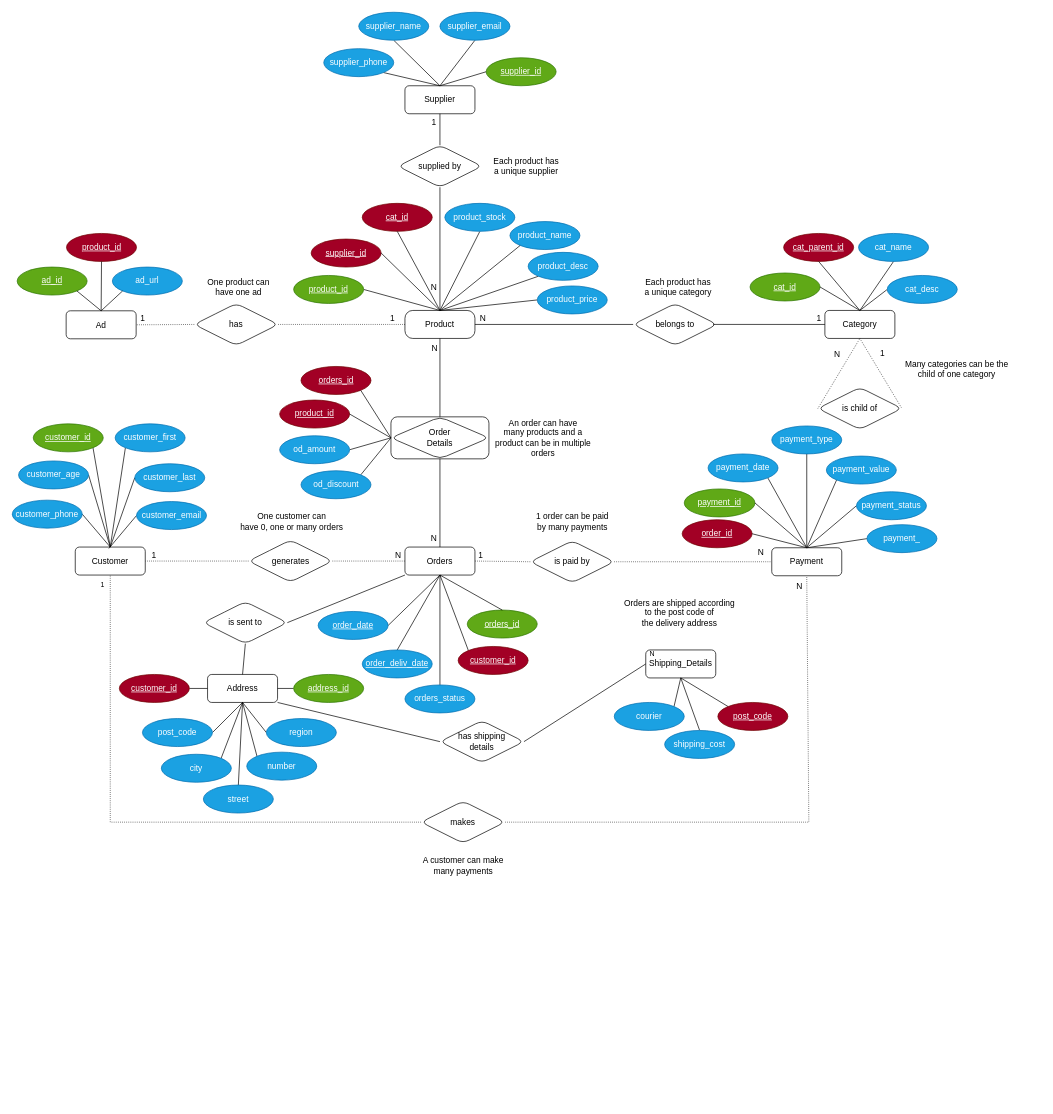
The draw.io diagram E_R_Diagram/Diego_ER_backup.drawio in diego-karsa/Data-Management-Group-15, before the edit. Source tidied: cells renumbered, new cells numbered last; positions are measured from the earlier drawing's top-left corner, leaving out a move shared by most shapes. Both pictures are drawn from the tidied source at 70%, with x=0, y=0 at pixel (12, 12).
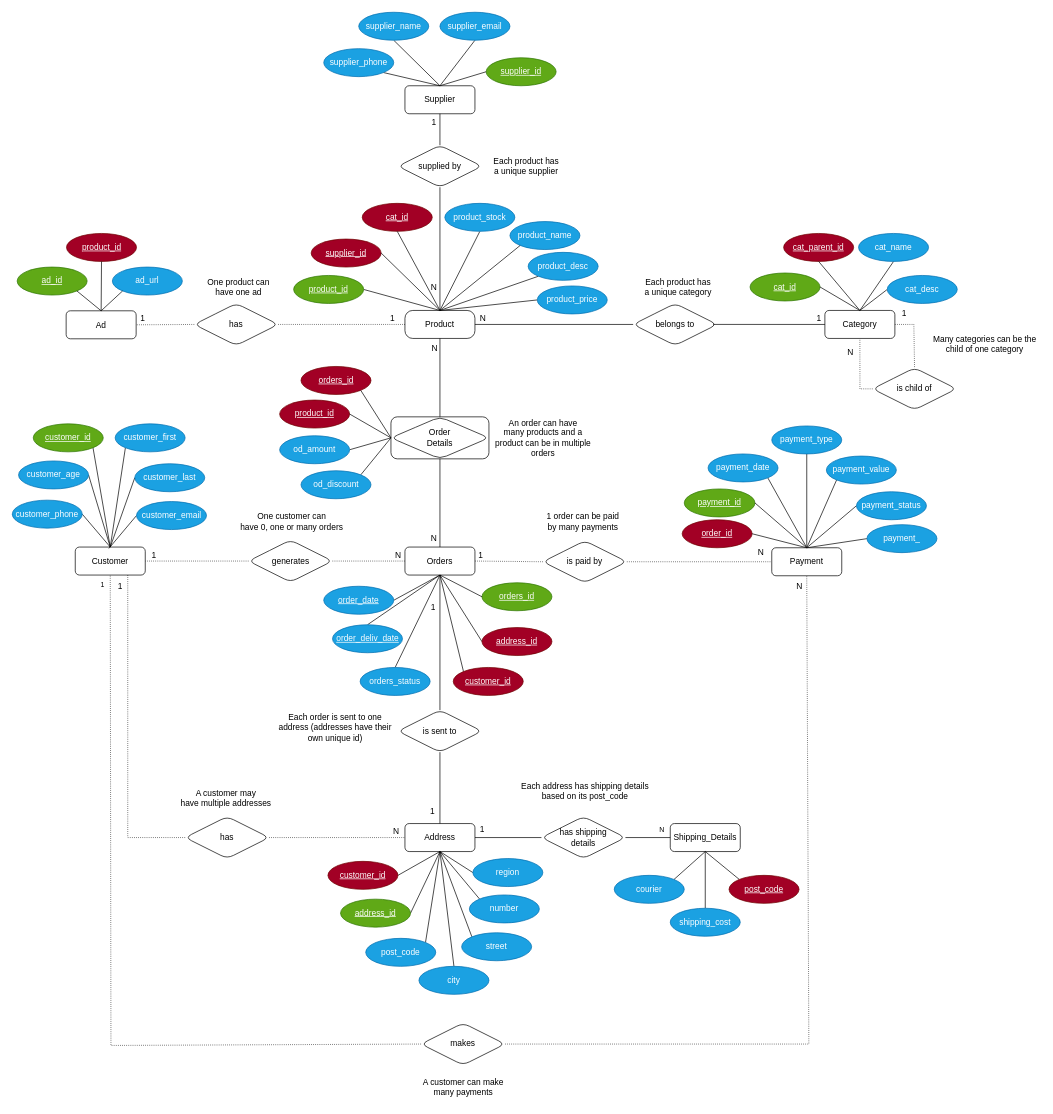
Above is the later version.

Commit message:
potential_candidate

Unchanged cells that the change refers to:
```xml
<mxCell id="2" value="Customer" style="whiteSpace=wrap;html=1;align=center;rounded=1;" parent="1" vertex="1">
  <mxGeometry x="90" y="764" width="100" height="40" as="geometry" />
</mxCell>
<mxCell id="7" value="Orders" style="whiteSpace=wrap;html=1;align=center;rounded=1;" parent="1" vertex="1">
  <mxGeometry x="561" y="764" width="100" height="40" as="geometry" />
</mxCell>
<mxCell id="12" value="Payment" style="whiteSpace=wrap;html=1;align=center;rounded=1;" parent="1" vertex="1">
  <mxGeometry x="1085" y="765" width="100" height="40" as="geometry" />
</mxCell>
<mxCell id="15" value="Category" style="whiteSpace=wrap;html=1;align=center;rounded=1;" parent="1" vertex="1">
  <mxGeometry x="1160.9" y="426" width="100" height="40" as="geometry" />
</mxCell>
<mxCell id="142" style="endArrow=none;html=1;rounded=0;strokeColor=default;fontSize=10;entryX=0;entryY=0.5;entryDx=0;entryDy=0;exitX=1;exitY=0.5;exitDx=0;exitDy=0;" parent="1" edge="1" source="140" target="133">
  <mxGeometry relative="1" as="geometry" />
</mxCell>
```

What changed in the source:
```diff
@@
-    <mxCell id="6" style="edgeStyle=none;html=1;exitX=0;exitY=1;exitDx=0;exitDy=0;entryX=1;entryY=0.5;entryDx=0;entryDy=0;strokeColor=default;fontSize=10;endArrow=none;endFill=0;" parent="1" edge="1" source="7" target="166">
-      <mxGeometry relative="1" as="geometry" />
-    </mxCell>
+    <mxCell id="167" style="edgeStyle=none;html=1;exitX=0.5;exitY=1;exitDx=0;exitDy=0;entryX=0;entryY=0.5;entryDx=0;entryDy=0;endArrow=none;endFill=0;" parent="1" edge="1" source="7" target="179">
+      <mxGeometry relative="1" as="geometry" />
+    </mxCell>
@@
     <mxCell id="37" value="&lt;div&gt;orders_id&lt;/div&gt;" style="ellipse;whiteSpace=wrap;html=1;align=center;fontStyle=4;rounded=1;fillColor=#60a917;fontColor=#ffffff;strokeColor=#2D7600;" parent="1" vertex="1">
-      <mxGeometry x="650" y="854" width="100" height="40" as="geometry" />
+      <mxGeometry x="671" y="815" width="100" height="40" as="geometry" />
     </mxCell>
-    <mxCell id="38" style="endArrow=none;html=1;rounded=0;exitX=0.5;exitY=1;exitDx=0;exitDy=0;entryX=0.5;entryY=0;entryDx=0;entryDy=0;" parent="1" edge="1" source="7" target="37">
+    <mxCell id="38" style="endArrow=none;html=1;rounded=0;exitX=0.5;exitY=1;exitDx=0;exitDy=0;entryX=0;entryY=0.5;entryDx=0;entryDy=0;" parent="1" edge="1" source="7" target="37">
       <mxGeometry relative="1" as="geometry" />
     </mxCell>
-    <mxCell id="39" style="endArrow=none;html=1;rounded=0;exitX=0.5;exitY=1;exitDx=0;exitDy=0;entryX=0;entryY=0;entryDx=0;entryDy=0;" parent="1" edge="1" source="7" target="41">
+    <mxCell id="39" style="endArrow=none;html=1;rounded=0;entryX=0;entryY=0;entryDx=0;entryDy=0;exitX=0.5;exitY=1;exitDx=0;exitDy=0;" parent="1" edge="1" source="7" target="41">
       <mxGeometry relative="1" as="geometry" />
     </mxCell>
@@
     <mxCell id="41" value="&lt;div&gt;customer_id&lt;/div&gt;" style="ellipse;whiteSpace=wrap;html=1;align=center;fontStyle=4;rounded=1;fillColor=#a20025;fontColor=#ffffff;strokeColor=#6F0000;" parent="1" vertex="1">
-      <mxGeometry x="637" y="906" width="100" height="40" as="geometry" />
+      <mxGeometry x="630" y="936" width="100" height="40" as="geometry" />
     </mxCell>
@@
     <mxCell id="63" value="is paid by" style="shape=rhombus;perimeter=rhombusPerimeter;whiteSpace=wrap;html=1;align=center;rounded=1;" parent="1" vertex="1">
-      <mxGeometry x="740" y="755" width="120" height="60" as="geometry" />
+      <mxGeometry x="758" y="755" width="120" height="60" as="geometry" />
     </mxCell>
@@
     <mxCell id="70" value="&lt;div&gt;1 order can be paid &lt;br&gt;by many payments&lt;br&gt;&lt;/div&gt;" style="text;html=1;align=center;verticalAlign=middle;strokeColor=none;fillColor=none;" parent="1" vertex="1">
-      <mxGeometry x="738" y="707" width="124" height="41" as="geometry" />
+      <mxGeometry x="753" y="707" width="124" height="41" as="geometry" />
     </mxCell>
@@
     <mxCell id="79" value="makes" style="shape=rhombus;perimeter=rhombusPerimeter;whiteSpace=wrap;html=1;align=center;rounded=1;" parent="1" vertex="1">
-      <mxGeometry x="584" y="1127" width="120" height="60" as="geometry" />
+      <mxGeometry x="584" y="1444" width="120" height="60" as="geometry" />
     </mxCell>
     <mxCell id="80" value="&lt;div&gt;A customer can make&lt;/div&gt;&lt;div&gt;many payments&lt;br&gt;&lt;/div&gt;" style="text;html=1;align=center;verticalAlign=middle;strokeColor=none;fillColor=none;" parent="1" vertex="1">
-      <mxGeometry x="575.5" y="1198" width="137" height="41" as="geometry" />
+      <mxGeometry x="575.5" y="1515" width="137" height="41" as="geometry" />
     </mxCell>
@@
     <mxCell id="83" style="endArrow=none;html=1;rounded=0;dashed=1;dashPattern=1 2;entryX=0.5;entryY=1;entryDx=0;entryDy=0;exitX=1;exitY=0.5;exitDx=0;exitDy=0;" parent="1" edge="1" source="79" target="12">
       <mxGeometry relative="1" as="geometry">
         <Array as="points">
-          <mxPoint x="1138" y="1157" />
+          <mxPoint x="1138" y="1474" />
         </Array>
       </mxGeometry>
     </mxCell>
@@
     <mxCell id="87" value="is child of" style="shape=rhombus;perimeter=rhombusPerimeter;whiteSpace=wrap;html=1;align=center;rounded=1;shadow=0;" parent="1" vertex="1">
-      <mxGeometry x="1150.9" y="536" width="120" height="60" as="geometry" />
+      <mxGeometry x="1229" y="508" width="120" height="60" as="geometry" />
     </mxCell>
@@
     <mxCell id="90" value="&lt;div&gt;Many categories can be the&lt;/div&gt;&lt;div&gt;child of one category&lt;br&gt;&lt;/div&gt;" style="text;html=1;align=center;verticalAlign=middle;strokeColor=none;fillColor=none;" parent="1" vertex="1">
-      <mxGeometry x="1269" y="489" width="160" height="41" as="geometry" />
+      <mxGeometry x="1309" y="453" width="160" height="41" as="geometry" />
     </mxCell>
     <mxCell id="91" style="endArrow=none;html=1;rounded=0;dashed=1;dashPattern=1 2;exitX=0;exitY=0.5;exitDx=0;exitDy=0;entryX=0.5;entryY=1;entryDx=0;entryDy=0;" parent="1" edge="1" source="87" target="15">
-      <mxGeometry relative="1" as="geometry" />
+      <mxGeometry relative="1" as="geometry">
+        <Array as="points">
+          <mxPoint x="1211" y="538" />
+        </Array>
+      </mxGeometry>
     </mxCell>
     <mxCell id="92" value="N" style="html=1;align=right;verticalAlign=bottom;" parent="91" vertex="1">
       <mxGeometry x="1" relative="1" as="geometry">
-        <mxPoint x="-28" y="31" as="offset" />
+        <mxPoint x="-9" y="28" as="offset" />
       </mxGeometry>
     </mxCell>
-    <mxCell id="93" style="endArrow=none;html=1;rounded=0;dashed=1;dashPattern=1 2;entryX=1;entryY=0.5;entryDx=0;entryDy=0;exitX=0.5;exitY=1;exitDx=0;exitDy=0;" parent="1" edge="1" source="15" target="87">
-      <mxGeometry relative="1" as="geometry" />
+    <mxCell id="93" style="endArrow=none;html=1;rounded=0;dashed=1;dashPattern=1 2;entryX=0.5;entryY=0;entryDx=0;entryDy=0;exitX=1;exitY=0.5;exitDx=0;exitDy=0;" parent="1" edge="1" source="15" target="87">
+      <mxGeometry relative="1" as="geometry">
+        <Array as="points">
+          <mxPoint x="1288" y="446" />
+        </Array>
+      </mxGeometry>
     </mxCell>
     <mxCell id="94" value="1" style="html=1;align=right;verticalAlign=bottom;" parent="93" vertex="1">
       <mxGeometry x="1" relative="1" as="geometry">
-        <mxPoint x="-24" y="-70" as="offset" />
+        <mxPoint x="-11" y="-69" as="offset" />
       </mxGeometry>
     </mxCell>
@@
     <mxCell id="106" value="&lt;div&gt;orders_status&lt;/div&gt;" style="ellipse;whiteSpace=wrap;html=1;align=center;fontStyle=0;rounded=1;fillColor=#1ba1e2;fontColor=#ffffff;strokeColor=#006EAF;" parent="1" vertex="1">
-      <mxGeometry x="561" y="961" width="100" height="40" as="geometry" />
+      <mxGeometry x="497" y="936" width="100" height="40" as="geometry" />
     </mxCell>
@@
     <mxCell id="108" value="&lt;div&gt;order_deliv_date&lt;/div&gt;" style="ellipse;whiteSpace=wrap;html=1;align=center;fontStyle=4;rounded=1;fillColor=#1ba1e2;fontColor=#ffffff;strokeColor=#006EAF;" parent="1" vertex="1">
-      <mxGeometry x="500" y="911" width="100" height="40" as="geometry" />
+      <mxGeometry x="457.5" y="875" width="100" height="40" as="geometry" />
     </mxCell>
     <mxCell id="109" value="&lt;div&gt;order_date&lt;/div&gt;" style="ellipse;whiteSpace=wrap;html=1;align=center;fontStyle=4;rounded=1;fillColor=#1ba1e2;fontColor=#ffffff;strokeColor=#006EAF;" parent="1" vertex="1">
-      <mxGeometry x="437" y="856" width="100" height="40" as="geometry" />
+      <mxGeometry x="445" y="820" width="100" height="40" as="geometry" />
     </mxCell>
@@
     <mxCell id="133" value="Shipping_Details" style="whiteSpace=wrap;html=1;align=center;rounded=1;" parent="1" vertex="1">
-      <mxGeometry x="905" y="911" width="100" height="40" as="geometry" />
+      <mxGeometry x="940" y="1159" width="100" height="40" as="geometry" />
     </mxCell>
@@
     <mxCell id="135" value="&lt;div&gt;post_code&lt;/div&gt;" style="ellipse;whiteSpace=wrap;html=1;align=center;fontStyle=4;rounded=1;fillColor=#a20025;fontColor=#ffffff;strokeColor=#6F0000;" parent="1" vertex="1">
-      <mxGeometry x="1008" y="986" width="100" height="40" as="geometry" />
+      <mxGeometry x="1024" y="1233" width="100" height="40" as="geometry" />
     </mxCell>
@@
     <mxCell id="137" value="shipping_cost" style="ellipse;whiteSpace=wrap;html=1;align=center;fontStyle=0;rounded=1;fillColor=#1ba1e2;fontColor=#ffffff;strokeColor=#006EAF;" parent="1" vertex="1">
-      <mxGeometry x="932" y="1026" width="100" height="40" as="geometry" />
+      <mxGeometry x="940" y="1280" width="100" height="40" as="geometry" />
     </mxCell>
@@
     <mxCell id="139" value="courier" style="ellipse;whiteSpace=wrap;html=1;align=center;fontStyle=0;rounded=1;fillColor=#1ba1e2;fontColor=#ffffff;strokeColor=#006EAF;" parent="1" vertex="1">
-      <mxGeometry x="860" y="986" width="100" height="40" as="geometry" />
+      <mxGeometry x="860" y="1233" width="100" height="40" as="geometry" />
     </mxCell>
     <mxCell id="140" value="has shipping&lt;br&gt;details" style="shape=rhombus;perimeter=rhombusPerimeter;whiteSpace=wrap;html=1;align=center;rounded=1;" parent="1" vertex="1">
-      <mxGeometry x="611" y="1012" width="120" height="60" as="geometry" />
+      <mxGeometry x="756" y="1149" width="120" height="60" as="geometry" />
     </mxCell>
-    <mxCell id="141" style="endArrow=none;html=1;rounded=0;strokeColor=default;fontSize=10;exitX=1;exitY=1;exitDx=0;exitDy=0;entryX=0;entryY=0.5;entryDx=0;entryDy=0;" parent="1" edge="1" source="150" target="140">
+    <mxCell id="141" style="endArrow=none;html=1;rounded=0;strokeColor=default;fontSize=10;exitX=1;exitY=0.5;exitDx=0;exitDy=0;entryX=0;entryY=0.5;entryDx=0;entryDy=0;" parent="1" edge="1" source="150" target="140">
       <mxGeometry relative="1" as="geometry" />
     </mxCell>
@@
     <mxCell id="143" value="N" style="html=1;align=right;verticalAlign=bottom;rounded=1;shadow=0;sketch=0;fontSize=10;" parent="142" vertex="1">
       <mxGeometry x="1" relative="1" as="geometry">
-        <mxPoint x="13" y="-7" as="offset" />
+        <mxPoint x="-8" y="-4" as="offset" />
       </mxGeometry>
     </mxCell>
-    <mxCell id="144" value="Orders are shipped according &lt;br&gt;to the post code of&lt;br&gt;the delivery address" style="text;html=1;align=center;verticalAlign=middle;strokeColor=none;fillColor=none;" parent="1" vertex="1">
-      <mxGeometry x="862" y="830.5" width="182" height="55" as="geometry" />
+    <mxCell id="144" value="Each address has shipping details&lt;br&gt;based on its post_code" style="text;html=1;align=center;verticalAlign=middle;strokeColor=none;fillColor=none;" parent="1" vertex="1">
+      <mxGeometry x="713" y="1092.5" width="210" height="41" as="geometry" />
     </mxCell>
     <mxCell id="145" style="endArrow=none;html=1;rounded=0;dashed=1;dashPattern=1 2;strokeColor=default;fontSize=10;entryX=0.5;entryY=1;entryDx=0;entryDy=0;exitX=0;exitY=0.5;exitDx=0;exitDy=0;" parent="1" edge="1" source="79" target="2">
       <mxGeometry relative="1" as="geometry">
         <Array as="points">
-          <mxPoint x="140" y="1157" />
+          <mxPoint x="141" y="1476" />
         </Array>
       </mxGeometry>
     </mxCell>
@@
     <mxCell id="150" value="Address" style="whiteSpace=wrap;html=1;align=center;rounded=1;" parent="1" vertex="1">
-      <mxGeometry x="279" y="946" width="100" height="40" as="geometry" />
+      <mxGeometry x="561" y="1159" width="100" height="40" as="geometry" />
     </mxCell>
-    <mxCell id="151" style="edgeStyle=none;html=1;exitX=1;exitY=0.5;exitDx=0;exitDy=0;entryX=0;entryY=0.5;entryDx=0;entryDy=0;strokeColor=default;fontSize=10;endArrow=none;endFill=0;" parent="1" edge="1" source="152" target="150">
+    <mxCell id="151" style="edgeStyle=none;html=1;exitX=1;exitY=0.5;exitDx=0;exitDy=0;entryX=0.5;entryY=1;entryDx=0;entryDy=0;strokeColor=default;fontSize=10;endArrow=none;endFill=0;" parent="1" edge="1" source="152" target="150">
       <mxGeometry relative="1" as="geometry" />
     </mxCell>
     <mxCell id="152" value="&lt;div&gt;customer_id&lt;/div&gt;" style="ellipse;whiteSpace=wrap;html=1;align=center;fontStyle=4;rounded=1;fillColor=#a20025;fontColor=#ffffff;strokeColor=#6F0000;" parent="1" vertex="1">
-      <mxGeometry x="153" y="946" width="100" height="40" as="geometry" />
+      <mxGeometry x="451" y="1213" width="100" height="40" as="geometry" />
     </mxCell>
-    <mxCell id="153" style="edgeStyle=none;html=1;exitX=0;exitY=0.5;exitDx=0;exitDy=0;entryX=1;entryY=0.5;entryDx=0;entryDy=0;strokeColor=default;fontSize=10;endArrow=none;endFill=0;" parent="1" edge="1" source="154" target="150">
+    <mxCell id="153" style="edgeStyle=none;html=1;exitX=1;exitY=0.5;exitDx=0;exitDy=0;strokeColor=default;fontSize=10;endArrow=none;endFill=0;entryX=0.5;entryY=1;entryDx=0;entryDy=0;" parent="1" edge="1" source="154" target="150">
       <mxGeometry relative="1" as="geometry" />
     </mxCell>
     <mxCell id="154" value="address_id" style="ellipse;whiteSpace=wrap;html=1;align=center;fontStyle=4;rounded=1;fillColor=#60a917;fontColor=#ffffff;strokeColor=#2D7600;" parent="1" vertex="1">
-      <mxGeometry x="402" y="946" width="100" height="40" as="geometry" />
+      <mxGeometry x="469" y="1267" width="100" height="40" as="geometry" />
     </mxCell>
@@
-    <mxCell id="156" style="edgeStyle=none;html=1;exitX=0.5;exitY=1;exitDx=0;exitDy=0;entryX=1;entryY=0.5;entryDx=0;entryDy=0;strokeColor=default;endArrow=none;endFill=0;" parent="1" edge="1" source="150" target="161">
+    <mxCell id="156" style="edgeStyle=none;html=1;exitX=0.5;exitY=1;exitDx=0;exitDy=0;entryX=1;entryY=0;entryDx=0;entryDy=0;strokeColor=default;endArrow=none;endFill=0;" parent="1" edge="1" source="150" target="161">
       <mxGeometry relative="1" as="geometry" />
     </mxCell>
-    <mxCell id="157" style="edgeStyle=none;html=1;exitX=0.5;exitY=1;exitDx=0;exitDy=0;entryX=1;entryY=0;entryDx=0;entryDy=0;strokeColor=default;endArrow=none;endFill=0;" parent="1" edge="1" source="150" target="162">
+    <mxCell id="157" style="edgeStyle=none;html=1;exitX=0.5;exitY=1;exitDx=0;exitDy=0;entryX=0.5;entryY=0;entryDx=0;entryDy=0;strokeColor=default;endArrow=none;endFill=0;" parent="1" edge="1" source="150" target="162">
       <mxGeometry relative="1" as="geometry" />
     </mxCell>
-    <mxCell id="158" style="edgeStyle=none;html=1;exitX=0.5;exitY=1;exitDx=0;exitDy=0;entryX=0.5;entryY=0;entryDx=0;entryDy=0;strokeColor=default;endArrow=none;endFill=0;" parent="1" edge="1" source="150" target="163">
+    <mxCell id="158" style="edgeStyle=none;html=1;exitX=0.5;exitY=1;exitDx=0;exitDy=0;entryX=0;entryY=0;entryDx=0;entryDy=0;strokeColor=default;endArrow=none;endFill=0;" parent="1" edge="1" source="150" target="163">
       <mxGeometry relative="1" as="geometry" />
     </mxCell>
@@
     <mxCell id="160" value="&lt;div&gt;region&lt;/div&gt;" style="ellipse;whiteSpace=wrap;html=1;align=center;fontStyle=0;rounded=1;fillColor=#1ba1e2;fontColor=#ffffff;strokeColor=#006EAF;" parent="1" vertex="1">
-      <mxGeometry x="363" y="1009" width="100" height="40" as="geometry" />
+      <mxGeometry x="658" y="1209" width="100" height="40" as="geometry" />
     </mxCell>
     <mxCell id="161" value="&lt;div&gt;post_code&lt;/div&gt;" style="ellipse;whiteSpace=wrap;html=1;align=center;fontStyle=0;rounded=1;fillColor=#1ba1e2;fontColor=#ffffff;strokeColor=#006EAF;" parent="1" vertex="1">
-      <mxGeometry x="186" y="1009" width="100" height="40" as="geometry" />
+      <mxGeometry x="505" y="1323" width="100" height="40" as="geometry" />
     </mxCell>
     <mxCell id="162" value="&lt;div&gt;city&lt;/div&gt;" style="ellipse;whiteSpace=wrap;html=1;align=center;fontStyle=0;rounded=1;fillColor=#1ba1e2;fontColor=#ffffff;strokeColor=#006EAF;" parent="1" vertex="1">
-      <mxGeometry x="213" y="1060" width="100" height="40" as="geometry" />
+      <mxGeometry x="581" y="1363" width="100" height="40" as="geometry" />
     </mxCell>
     <mxCell id="163" value="&lt;div&gt;street&lt;/div&gt;" style="ellipse;whiteSpace=wrap;html=1;align=center;fontStyle=0;rounded=1;fillColor=#1ba1e2;fontColor=#ffffff;strokeColor=#006EAF;" parent="1" vertex="1">
-      <mxGeometry x="273" y="1104" width="100" height="40" as="geometry" />
+      <mxGeometry x="642" y="1315" width="100" height="40" as="geometry" />
     </mxCell>
     <mxCell id="164" value="&lt;div&gt;number&lt;/div&gt;" style="ellipse;whiteSpace=wrap;html=1;align=center;fontStyle=0;rounded=1;fillColor=#1ba1e2;fontColor=#ffffff;strokeColor=#006EAF;" parent="1" vertex="1">
-      <mxGeometry x="335" y="1057" width="100" height="40" as="geometry" />
+      <mxGeometry x="653" y="1261" width="100" height="40" as="geometry" />
     </mxCell>
-    <mxCell id="165" style="edgeStyle=none;html=1;exitX=0.5;exitY=1;exitDx=0;exitDy=0;entryX=0.5;entryY=0;entryDx=0;entryDy=0;strokeColor=default;fontSize=10;endArrow=none;endFill=0;" parent="1" edge="1" source="166" target="150">
-      <mxGeometry relative="1" as="geometry" />
-    </mxCell>
     <mxCell id="166" value="is sent to" style="shape=rhombus;perimeter=rhombusPerimeter;whiteSpace=wrap;html=1;align=center;rounded=1;" parent="1" vertex="1">
-      <mxGeometry x="273" y="842" width="120" height="60" as="geometry" />
+      <mxGeometry x="551" y="997" width="120" height="60" as="geometry" />
     </mxCell>
+    <mxCell id="168" style="endArrow=none;html=1;rounded=0;entryX=0.5;entryY=1;entryDx=0;entryDy=0;exitX=0.5;exitY=0;exitDx=0;exitDy=0;" parent="1" edge="1" source="166" target="7">
+      <mxGeometry relative="1" as="geometry" />
+    </mxCell>
+    <mxCell id="169" value="1" style="html=1;align=right;verticalAlign=bottom;" parent="168" vertex="1">
+      <mxGeometry x="1" relative="1" as="geometry">
+        <mxPoint x="-6" y="54" as="offset" />
+      </mxGeometry>
+    </mxCell>
+    <mxCell id="170" style="endArrow=none;html=1;rounded=0;exitX=0.5;exitY=0;exitDx=0;exitDy=0;entryX=0.5;entryY=1;entryDx=0;entryDy=0;" parent="1" edge="1" source="150" target="166">
+      <mxGeometry relative="1" as="geometry" />
+    </mxCell>
+    <mxCell id="171" value="1" style="html=1;align=right;verticalAlign=bottom;" parent="170" vertex="1">
+      <mxGeometry x="1" relative="1" as="geometry">
+        <mxPoint x="-7" y="93" as="offset" />
+      </mxGeometry>
+    </mxCell>
+    <mxCell id="172" value="Each order is sent to one&lt;br&gt;address (addresses have their&lt;br&gt;own unique id)" style="text;html=1;align=center;verticalAlign=middle;strokeColor=none;fillColor=none;" parent="1" vertex="1">
+      <mxGeometry x="367" y="994" width="187" height="55" as="geometry" />
+    </mxCell>
+    <mxCell id="173" style="endArrow=none;html=1;rounded=0;dashed=1;dashPattern=1 2;entryX=0.75;entryY=1;entryDx=0;entryDy=0;exitX=0;exitY=0.5;exitDx=0;exitDy=0;" parent="1" edge="1" source="175" target="2">
+      <mxGeometry relative="1" as="geometry">
+        <Array as="points">
+          <mxPoint x="165" y="1179" />
+        </Array>
+      </mxGeometry>
+    </mxCell>
+    <mxCell id="174" value="1" style="html=1;align=right;verticalAlign=bottom;" parent="173" vertex="1">
+      <mxGeometry x="1" relative="1" as="geometry">
+        <mxPoint x="-7" y="25" as="offset" />
+      </mxGeometry>
+    </mxCell>
+    <mxCell id="175" value="&lt;div&gt;has&lt;/div&gt;" style="shape=rhombus;perimeter=rhombusPerimeter;whiteSpace=wrap;html=1;align=center;rounded=1;" parent="1" vertex="1">
+      <mxGeometry x="247" y="1149" width="120" height="60" as="geometry" />
+    </mxCell>
+    <mxCell id="176" style="endArrow=none;html=1;rounded=0;dashed=1;dashPattern=1 2;entryX=0;entryY=0.5;entryDx=0;entryDy=0;exitX=1;exitY=0.5;exitDx=0;exitDy=0;" parent="1" edge="1" source="175" target="150">
+      <mxGeometry relative="1" as="geometry" />
+    </mxCell>
+    <mxCell id="177" value="N" style="html=1;align=right;verticalAlign=bottom;" parent="176" vertex="1">
+      <mxGeometry x="1" relative="1" as="geometry">
+        <mxPoint x="-8" as="offset" />
+      </mxGeometry>
+    </mxCell>
+    <mxCell id="178" value="A customer may&lt;br&gt;have multiple addresses" style="text;html=1;align=center;verticalAlign=middle;strokeColor=none;fillColor=none;" parent="1" vertex="1">
+      <mxGeometry x="228" y="1102" width="154" height="41" as="geometry" />
+    </mxCell>
+    <mxCell id="179" value="address_id" style="ellipse;whiteSpace=wrap;html=1;align=center;fontStyle=4;rounded=1;fillColor=#a20025;fontColor=#ffffff;strokeColor=#6F0000;" parent="1" vertex="1">
+      <mxGeometry x="671" y="879" width="100" height="40" as="geometry" />
+    </mxCell>
+    <mxCell id="180" value="1" style="html=1;align=right;verticalAlign=bottom;" parent="1" vertex="1">
+      <mxGeometry x="675" y="1175" as="geometry" />
+    </mxCell>
```
